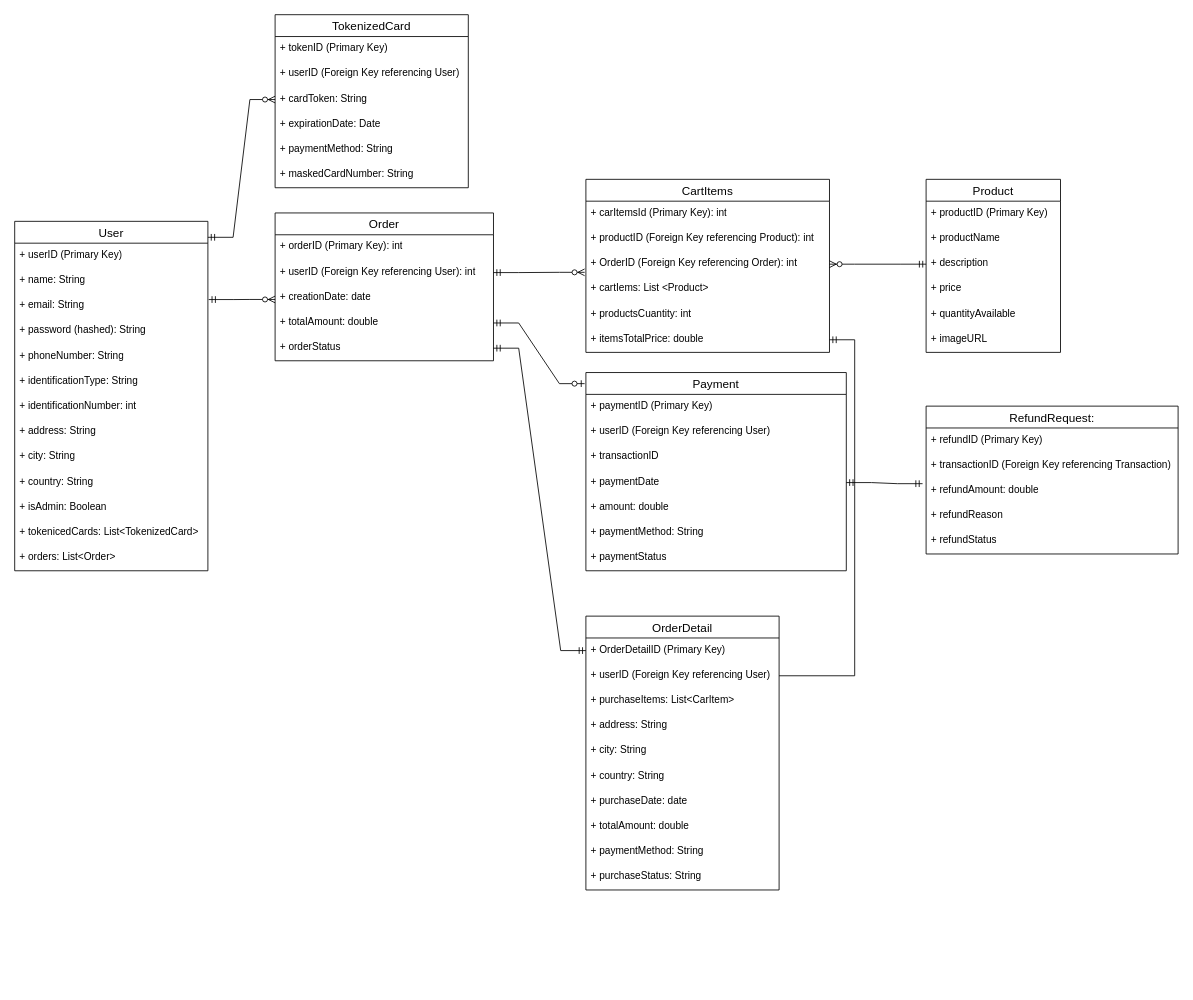
Before: Diagrama entidad relacion.drawio in psmedinadi22/Prototype-PayU, a draw.io diagram. Source tidied: cells renumbered, new cells numbered last; positions are measured from the earlier drawing's top-left corner, leaving out a move shared by most shapes. Both pictures are drawn from the tidied source at 84%, with x=0, y=0 at pixel (14, 14).
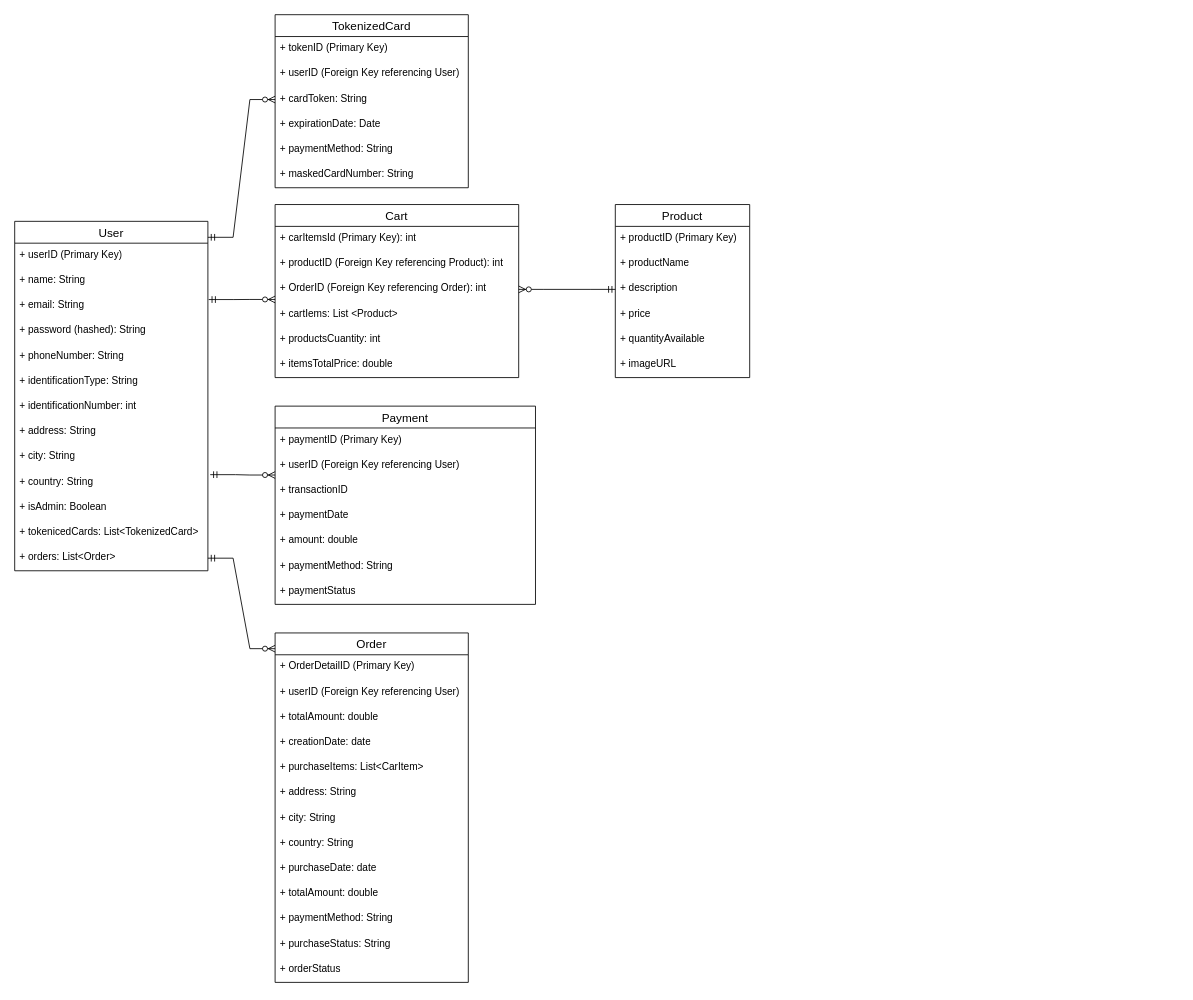
The same diagram, later.

Unchanged cells that the change refers to:
```xml
<mxCell id="12" value="+ country: String" style="text;strokeColor=none;fillColor=none;spacingLeft=4;spacingRight=4;overflow=hidden;points=[[0,0.5],[1,0.5]];portConstraint=eastwest;fontSize=12;whiteSpace=wrap;html=1;" parent="2" vertex="1">
  <mxGeometry y="296" width="230" height="30" as="geometry" />
</mxCell>
<mxCell id="15" value="+ orders: List&amp;lt;Order&amp;gt;" style="text;strokeColor=none;fillColor=none;spacingLeft=4;spacingRight=4;overflow=hidden;points=[[0,0.5],[1,0.5]];portConstraint=eastwest;fontSize=12;whiteSpace=wrap;html=1;" parent="2" vertex="1">
  <mxGeometry y="386" width="230" height="30" as="geometry" />
</mxCell>
<mxCell id="23" value="+ OrderDetailID (Primary Key)" style="text;strokeColor=none;fillColor=none;spacingLeft=4;spacingRight=4;overflow=hidden;points=[[0,0.5],[1,0.5]];portConstraint=eastwest;fontSize=12;whiteSpace=wrap;html=1;" parent="22" vertex="1">
  <mxGeometry y="26" width="230" height="30" as="geometry" />
</mxCell>
<mxCell id="24" value="+&amp;nbsp;userID (Foreign Key referencing User)" style="text;strokeColor=none;fillColor=none;spacingLeft=4;spacingRight=4;overflow=hidden;points=[[0,0.5],[1,0.5]];portConstraint=eastwest;fontSize=12;whiteSpace=wrap;html=1;" parent="22" vertex="1">
  <mxGeometry y="56" width="230" height="30" as="geometry" />
</mxCell>
<mxCell id="43" value="+&amp;nbsp;description" style="text;strokeColor=none;fillColor=none;spacingLeft=4;spacingRight=4;overflow=hidden;points=[[0,0.5],[1,0.5]];portConstraint=eastwest;fontSize=12;whiteSpace=wrap;html=1;" parent="40" vertex="1">
  <mxGeometry y="86" width="160" height="30" as="geometry" />
</mxCell>
<mxCell id="56" value="+&amp;nbsp;OrderID (Foreign Key referencing Order): int" style="text;strokeColor=none;fillColor=none;spacingLeft=4;spacingRight=4;overflow=hidden;points=[[0,0.5],[1,0.5]];portConstraint=eastwest;fontSize=12;whiteSpace=wrap;html=1;" parent="53" vertex="1">
  <mxGeometry y="86" width="290" height="30" as="geometry" />
</mxCell>
<mxCell id="59" value="+ itemsTotalPrice: double" style="text;strokeColor=none;fillColor=none;spacingLeft=4;spacingRight=4;overflow=hidden;points=[[0,0.5],[1,0.5]];portConstraint=eastwest;fontSize=12;whiteSpace=wrap;html=1;" parent="53" vertex="1">
  <mxGeometry y="176" width="290" height="30" as="geometry" />
</mxCell>
<mxCell id="64" value="+&amp;nbsp;paymentDate" style="text;strokeColor=none;fillColor=none;spacingLeft=4;spacingRight=4;overflow=hidden;points=[[0,0.5],[1,0.5]];portConstraint=eastwest;fontSize=12;whiteSpace=wrap;html=1;" parent="60" vertex="1">
  <mxGeometry y="116" width="310" height="30" as="geometry" />
</mxCell>
```

What changed in the source:
```diff
@@
-    <mxCell id="16" value="Order" style="swimlane;fontStyle=0;horizontal=1;startSize=26;align=center;fontSize=14;" parent="1" vertex="1">
-      <mxGeometry x="310" y="236" width="260" height="176" as="geometry" />
-    </mxCell>
-    <mxCell id="17" value="+ orderID (Primary Key): int" style="text;strokeColor=none;fillColor=none;spacingLeft=4;spacingRight=4;overflow=hidden;fontSize=12;whiteSpace=wrap;html=1;" parent="16" vertex="1">
-      <mxGeometry y="26" width="260" height="30" as="geometry" />
-    </mxCell>
-    <mxCell id="18" value="+&amp;nbsp;userID (Foreign Key referencing User): int" style="text;strokeColor=none;fillColor=none;spacingLeft=4;spacingRight=4;overflow=hidden;points=[[0,0.5],[1,0.5]];portConstraint=eastwest;fontSize=12;whiteSpace=wrap;html=1;" parent="16" vertex="1">
-      <mxGeometry y="56" width="260" height="30" as="geometry" />
-    </mxCell>
-    <mxCell id="19" value="+&amp;nbsp;creationDate: date" style="text;strokeColor=none;fillColor=none;spacingLeft=4;spacingRight=4;overflow=hidden;fontSize=12;whiteSpace=wrap;html=1;" parent="16" vertex="1">
-      <mxGeometry y="86" width="260" height="30" as="geometry" />
-    </mxCell>
-    <mxCell id="20" value="+ totalAmount: double" style="text;strokeColor=none;fillColor=none;spacingLeft=4;spacingRight=4;overflow=hidden;points=[[0,0.5],[1,0.5]];portConstraint=eastwest;fontSize=12;whiteSpace=wrap;html=1;" parent="16" vertex="1">
-      <mxGeometry y="116" width="260" height="30" as="geometry" />
-    </mxCell>
-    <mxCell id="21" value="+ orderStatus" style="text;strokeColor=none;fillColor=none;spacingLeft=4;spacingRight=4;overflow=hidden;points=[[0,0.5],[1,0.5]];portConstraint=eastwest;fontSize=12;whiteSpace=wrap;html=1;" parent="16" vertex="1">
-      <mxGeometry y="146" width="260" height="30" as="geometry" />
-    </mxCell>
-    <mxCell id="22" value="OrderDetail" style="swimlane;fontStyle=0;horizontal=1;startSize=26;align=center;fontSize=14;" parent="1" vertex="1">
-      <mxGeometry x="680" y="716" width="230" height="326" as="geometry" />
+    <mxCell id="22" value="Order" style="swimlane;fontStyle=0;horizontal=1;startSize=26;align=center;fontSize=14;" parent="1" vertex="1">
+      <mxGeometry x="310" y="736" width="230" height="416" as="geometry" />
     </mxCell>
@@
+    <mxCell id="20" value="+ totalAmount: double" style="text;strokeColor=none;fillColor=none;spacingLeft=4;spacingRight=4;overflow=hidden;points=[[0,0.5],[1,0.5]];portConstraint=eastwest;fontSize=12;whiteSpace=wrap;html=1;" parent="22" vertex="1">
+      <mxGeometry y="86" width="230" height="30" as="geometry" />
+    </mxCell>
+    <mxCell id="19" value="+&amp;nbsp;creationDate: date" style="text;strokeColor=none;fillColor=none;spacingLeft=4;spacingRight=4;overflow=hidden;fontSize=12;whiteSpace=wrap;html=1;" parent="22" vertex="1">
+      <mxGeometry y="116" width="230" height="30" as="geometry" />
+    </mxCell>
     <mxCell id="25" value="+ purchaseItems: List&amp;lt;CarItem&amp;gt;" style="text;strokeColor=none;fillColor=none;spacingLeft=4;spacingRight=4;overflow=hidden;fontSize=12;whiteSpace=wrap;html=1;" parent="22" vertex="1">
-      <mxGeometry y="86" width="230" height="30" as="geometry" />
+      <mxGeometry y="146" width="230" height="30" as="geometry" />
     </mxCell>
     <mxCell id="26" value="+ address: String" style="text;strokeColor=none;fillColor=none;spacingLeft=4;spacingRight=4;overflow=hidden;fontSize=12;whiteSpace=wrap;html=1;" parent="22" vertex="1">
-      <mxGeometry y="116" width="230" height="30" as="geometry" />
+      <mxGeometry y="176" width="230" height="30" as="geometry" />
     </mxCell>
     <mxCell id="27" value="+ city: String" style="text;strokeColor=none;fillColor=none;spacingLeft=4;spacingRight=4;overflow=hidden;fontSize=12;whiteSpace=wrap;html=1;" parent="22" vertex="1">
-      <mxGeometry y="146" width="230" height="30" as="geometry" />
+      <mxGeometry y="206" width="230" height="30" as="geometry" />
     </mxCell>
     <mxCell id="28" value="+ country: String" style="text;strokeColor=none;fillColor=none;spacingLeft=4;spacingRight=4;overflow=hidden;fontSize=12;whiteSpace=wrap;html=1;" parent="22" vertex="1">
-      <mxGeometry y="176" width="230" height="30" as="geometry" />
+      <mxGeometry y="236" width="230" height="30" as="geometry" />
     </mxCell>
     <mxCell id="29" value="+&amp;nbsp;purchaseDate: date" style="text;strokeColor=none;fillColor=none;spacingLeft=4;spacingRight=4;overflow=hidden;fontSize=12;whiteSpace=wrap;html=1;" parent="22" vertex="1">
-      <mxGeometry y="206" width="230" height="30" as="geometry" />
+      <mxGeometry y="266" width="230" height="30" as="geometry" />
     </mxCell>
     <mxCell id="30" value="+&amp;nbsp;totalAmount: double" style="text;strokeColor=none;fillColor=none;spacingLeft=4;spacingRight=4;overflow=hidden;fontSize=12;whiteSpace=wrap;html=1;" parent="22" vertex="1">
-      <mxGeometry y="236" width="230" height="30" as="geometry" />
+      <mxGeometry y="296" width="230" height="30" as="geometry" />
     </mxCell>
     <mxCell id="31" value="+&amp;nbsp;paymentMethod: String" style="text;strokeColor=none;fillColor=none;spacingLeft=4;spacingRight=4;overflow=hidden;fontSize=12;whiteSpace=wrap;html=1;" parent="22" vertex="1">
-      <mxGeometry y="266" width="230" height="30" as="geometry" />
+      <mxGeometry y="326" width="230" height="30" as="geometry" />
     </mxCell>
     <mxCell id="32" value="+&amp;nbsp;purchaseStatus: String" style="text;strokeColor=none;fillColor=none;spacingLeft=4;spacingRight=4;overflow=hidden;fontSize=12;whiteSpace=wrap;html=1;" parent="22" vertex="1">
-      <mxGeometry y="296" width="230" height="30" as="geometry" />
+      <mxGeometry y="356" width="230" height="30" as="geometry" />
     </mxCell>
+    <mxCell id="21" value="+ orderStatus" style="text;strokeColor=none;fillColor=none;spacingLeft=4;spacingRight=4;overflow=hidden;points=[[0,0.5],[1,0.5]];portConstraint=eastwest;fontSize=12;whiteSpace=wrap;html=1;" parent="22" vertex="1">
+      <mxGeometry y="386" width="230" height="30" as="geometry" />
+    </mxCell>
@@
     <mxCell id="40" value="Product" style="swimlane;fontStyle=0;horizontal=1;startSize=26;align=center;fontSize=14;" parent="1" vertex="1">
-      <mxGeometry x="1085" y="196" width="160" height="206" as="geometry" />
+      <mxGeometry x="715" y="226" width="160" height="206" as="geometry" />
     </mxCell>
@@
-    <mxCell id="47" value="RefundRequest:" style="swimlane;fontStyle=0;horizontal=1;startSize=26;align=center;fontSize=14;" parent="1" vertex="1">
-      <mxGeometry x="1085" y="466" width="300" height="176" as="geometry" />
-    </mxCell>
-    <mxCell id="48" value="+ refundID (Primary Key)" style="text;strokeColor=none;fillColor=none;spacingLeft=4;spacingRight=4;overflow=hidden;fontSize=12;whiteSpace=wrap;html=1;" parent="47" vertex="1">
-      <mxGeometry y="26" width="300" height="30" as="geometry" />
-    </mxCell>
-    <mxCell id="49" value="+&amp;nbsp;transactionID (Foreign Key referencing Transaction)" style="text;strokeColor=none;fillColor=none;spacingLeft=4;spacingRight=4;overflow=hidden;fontSize=12;whiteSpace=wrap;html=1;" parent="47" vertex="1">
-      <mxGeometry y="56" width="300" height="30" as="geometry" />
-    </mxCell>
-    <mxCell id="50" value="+&amp;nbsp;refundAmount: double" style="text;strokeColor=none;fillColor=none;spacingLeft=4;spacingRight=4;overflow=hidden;points=[[0,0.5],[1,0.5]];portConstraint=eastwest;fontSize=12;whiteSpace=wrap;html=1;" parent="47" vertex="1">
-      <mxGeometry y="86" width="300" height="30" as="geometry" />
-    </mxCell>
-    <mxCell id="51" value="+&amp;nbsp;refundReason" style="text;strokeColor=none;fillColor=none;spacingLeft=4;spacingRight=4;overflow=hidden;fontSize=12;whiteSpace=wrap;html=1;" parent="47" vertex="1">
-      <mxGeometry y="116" width="300" height="30" as="geometry" />
-    </mxCell>
-    <mxCell id="52" value="+&amp;nbsp;refundStatus" style="text;strokeColor=none;fillColor=none;spacingLeft=4;spacingRight=4;overflow=hidden;fontSize=12;whiteSpace=wrap;html=1;" parent="47" vertex="1">
-      <mxGeometry y="146" width="300" height="30" as="geometry" />
-    </mxCell>
-    <mxCell id="53" value="CartItems" style="swimlane;fontStyle=0;horizontal=1;startSize=26;align=center;fontSize=14;" parent="1" vertex="1">
-      <mxGeometry x="680" y="196" width="290" height="206" as="geometry" />
+    <mxCell id="53" value="Cart" style="swimlane;fontStyle=0;horizontal=1;startSize=26;align=center;fontSize=14;" parent="1" vertex="1">
+      <mxGeometry x="310" y="226" width="290" height="206" as="geometry" />
     </mxCell>
@@
     <mxCell id="60" value="Payment" style="swimlane;fontStyle=0;horizontal=1;startSize=26;align=center;fontSize=14;" parent="1" vertex="1">
-      <mxGeometry x="680" y="426" width="310" height="236" as="geometry" />
+      <mxGeometry x="310" y="466" width="310" height="236" as="geometry" />
     </mxCell>
@@
-    <mxCell id="68" style="edgeStyle=entityRelationEdgeStyle;fontSize=12;html=1;endArrow=ERmandOne;startArrow=ERmandOne;rounded=0;exitX=1;exitY=0.5;exitDx=0;exitDy=0;entryX=-0.014;entryY=0.21;entryDx=0;entryDy=0;entryPerimeter=0;" parent="1" edge="1" source="64" target="50">
-      <mxGeometry relative="1" as="geometry" />
-    </mxCell>
@@
-    <mxCell id="70" style="edgeStyle=entityRelationEdgeStyle;fontSize=12;html=1;endArrow=ERzeroToMany;startArrow=ERmandOne;rounded=0;entryX=-0.005;entryY=0.824;entryDx=0;entryDy=0;entryPerimeter=0;" parent="1" edge="1" source="18">
-      <mxGeometry relative="1" as="geometry">
-        <mxPoint x="678.5" y="306.7" as="targetPoint" />
-      </mxGeometry>
-    </mxCell>
-    <mxCell id="71" style="edgeStyle=entityRelationEdgeStyle;fontSize=12;html=1;endArrow=ERmandOne;startArrow=ERmandOne;rounded=0;exitX=0;exitY=0.5;exitDx=0;exitDy=0;" parent="1" edge="1" source="23" target="21">
-      <mxGeometry relative="1" as="geometry">
-        <Array as="points">
-          <mxPoint x="440" y="476" />
-          <mxPoint x="460" y="516" />
-          <mxPoint x="580" y="397" />
-          <mxPoint x="570" y="397" />
-        </Array>
-      </mxGeometry>
-    </mxCell>
-    <mxCell id="72" style="edgeStyle=entityRelationEdgeStyle;fontSize=12;html=1;endArrow=ERzeroToOne;startArrow=ERmandOne;rounded=0;entryX=-0.005;entryY=0.056;entryDx=0;entryDy=0;entryPerimeter=0;exitX=1;exitY=0.5;exitDx=0;exitDy=0;" parent="1" edge="1" source="20" target="60">
-      <mxGeometry relative="1" as="geometry">
-        <Array as="points">
-          <mxPoint x="580" y="356" />
-        </Array>
-      </mxGeometry>
-    </mxCell>
     <mxCell id="73" style="edgeStyle=entityRelationEdgeStyle;fontSize=12;html=1;endArrow=ERzeroToMany;startArrow=ERmandOne;rounded=0;exitX=0;exitY=0.5;exitDx=0;exitDy=0;entryX=1;entryY=0.5;entryDx=0;entryDy=0;" parent="1" edge="1" source="43" target="56">
       <mxGeometry relative="1" as="geometry">
         <Array as="points">
-          <mxPoint x="1060" y="336" />
+          <mxPoint x="690" y="366" />
         </Array>
       </mxGeometry>
     </mxCell>
@@
-    <mxCell id="75" style="edgeStyle=entityRelationEdgeStyle;fontSize=12;html=1;endArrow=ERmandOne;rounded=0;exitX=1;exitY=0.5;exitDx=0;exitDy=0;" parent="1" edge="1" source="24" target="59">
-      <mxGeometry relative="1" as="geometry">
-        <Array as="points">
-          <mxPoint x="1040" y="576" />
-          <mxPoint x="1070" y="586" />
-        </Array>
-      </mxGeometry>
-    </mxCell>
+    <mxCell id="76" style="edgeStyle=entityRelationEdgeStyle;fontSize=12;html=1;endArrow=ERzeroToMany;startArrow=ERmandOne;rounded=0;exitX=1.012;exitY=0.186;exitDx=0;exitDy=0;exitPerimeter=0;" parent="1" edge="1" source="12">
+      <mxGeometry relative="1" as="geometry">
+        <mxPoint x="310" y="548" as="targetPoint" />
+      </mxGeometry>
+    </mxCell>
+    <mxCell id="77" style="edgeStyle=entityRelationEdgeStyle;fontSize=12;html=1;endArrow=ERzeroToMany;startArrow=ERmandOne;rounded=0;exitX=1;exitY=0.5;exitDx=0;exitDy=0;entryX=0;entryY=0.045;entryDx=0;entryDy=0;entryPerimeter=0;" parent="1" edge="1" source="15" target="22">
+      <mxGeometry relative="1" as="geometry">
+        <Array as="points">
+          <mxPoint x="250" y="706" />
+          <mxPoint x="240" y="666" />
+        </Array>
+      </mxGeometry>
+    </mxCell>
```
